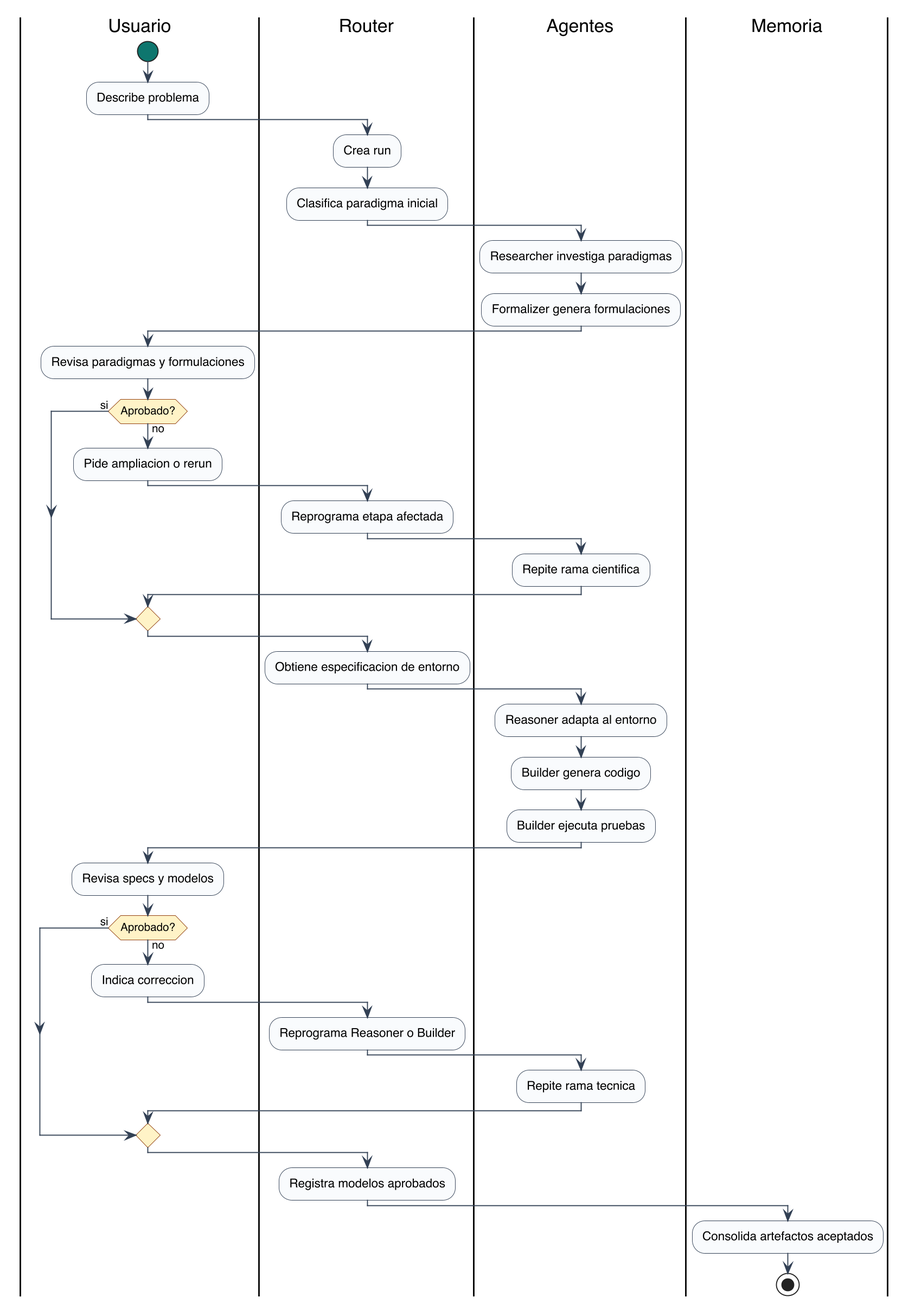
Before: phase1-pablo/docs/tfg-memoria-latex/figuras/phase1-pipeline-activity.png, a diagram exported from PlantUML (srfreire/labTFG). The source it was exported from:
```plantuml
@startuml
!pragma layout smetana
skinparam backgroundColor white
skinparam dpi 180
skinparam shadowing false
skinparam defaultFontName Helvetica
skinparam activity {
  BackgroundColor #F8FAFC
  BorderColor #334155
  ArrowColor #334155
  DiamondBackgroundColor #FEF3C7
  DiamondBorderColor #92400E
  StartColor #0F766E
  EndColor #B91C1C
}

|Usuario|
start
:Describe problema;

|Router|
:Crea run;
:Clasifica paradigma inicial;

|Agentes|
:Researcher investiga paradigmas;
:Formalizer genera formulaciones;

|Usuario|
:Revisa paradigmas y formulaciones;
if (Aprobado?) then (si)
else (no)
  :Pide ampliacion o rerun;
  |Router|
  :Reprograma etapa afectada;
  |Agentes|
  :Repite rama cientifica;
endif

|Router|
:Obtiene especificacion de entorno;

|Agentes|
:Reasoner adapta al entorno;
:Builder genera codigo;
:Builder ejecuta pruebas;

|Usuario|
:Revisa specs y modelos;
if (Aprobado?) then (si)
else (no)
  :Indica correccion;
  |Router|
  :Reprograma Reasoner o Builder;
  |Agentes|
  :Repite rama tecnica;
endif

|Router|
:Registra modelos aprobados;

|Memoria|
:Consolida artefactos aceptados;
stop
@enduml
```
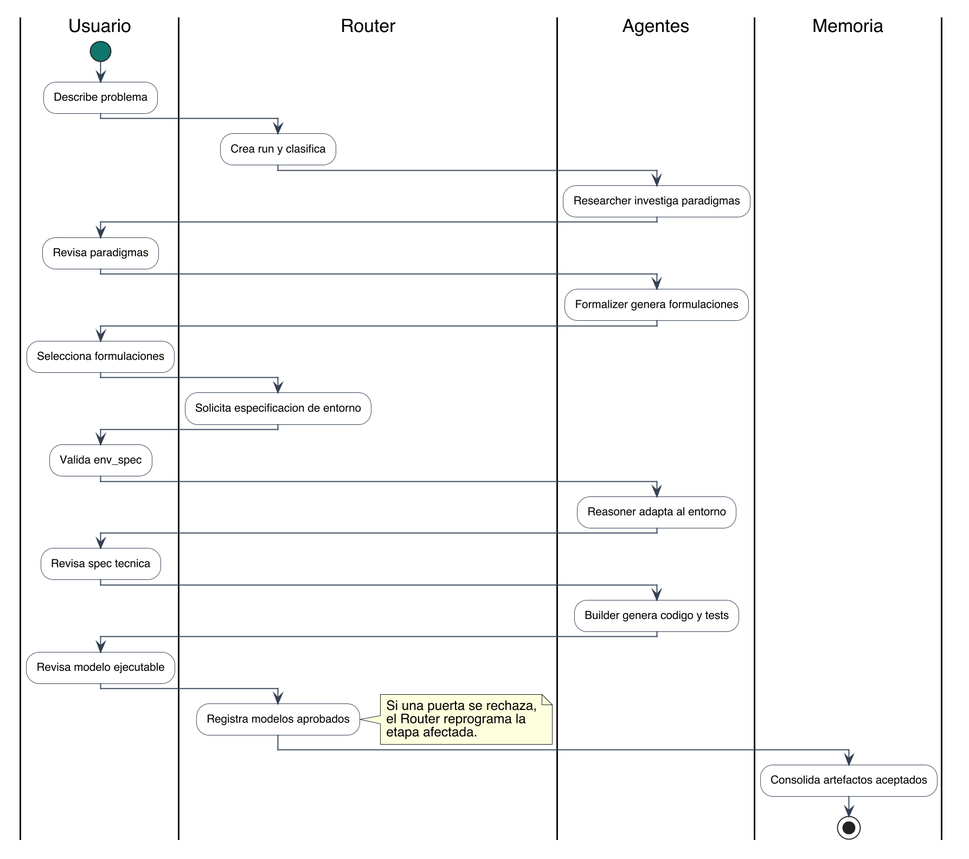
Later version of the same file.

Change to the diagram source:
```diff
@@ -8,6 +8,7 @@
   BackgroundColor #F8FAFC
   BorderColor #334155
   ArrowColor #334155
+  FontSize 11
   DiamondBackgroundColor #FEF3C7
   DiamondBorderColor #92400E
   StartColor #0F766E
@@ -19,45 +20,45 @@
 :Describe problema;
 
 |Router|
-:Crea run;
-:Clasifica paradigma inicial;
+:Crea run y clasifica;
 
 |Agentes|
 :Researcher investiga paradigmas;
+
+|Usuario|
+:Revisa paradigmas;
+
+|Agentes|
 :Formalizer genera formulaciones;
 
 |Usuario|
-:Revisa paradigmas y formulaciones;
-if (Aprobado?) then (si)
-else (no)
-  :Pide ampliacion o rerun;
-  |Router|
-  :Reprograma etapa afectada;
-  |Agentes|
-  :Repite rama cientifica;
-endif
+:Selecciona formulaciones;
 
 |Router|
-:Obtiene especificacion de entorno;
+:Solicita especificacion de entorno;
+
+|Usuario|
+:Valida env_spec;
 
 |Agentes|
 :Reasoner adapta al entorno;
-:Builder genera codigo;
-:Builder ejecuta pruebas;
 
 |Usuario|
-:Revisa specs y modelos;
-if (Aprobado?) then (si)
-else (no)
-  :Indica correccion;
-  |Router|
-  :Reprograma Reasoner o Builder;
-  |Agentes|
-  :Repite rama tecnica;
-endif
+:Revisa spec tecnica;
+
+|Agentes|
+:Builder genera codigo y tests;
+
+|Usuario|
+:Revisa modelo ejecutable;
 
 |Router|
 :Registra modelos aprobados;
+note right
+  Si una puerta se rechaza,
+  el Router reprograma la
+  etapa afectada.
+end note
 
 |Memoria|
 :Consolida artefactos aceptados;
```
